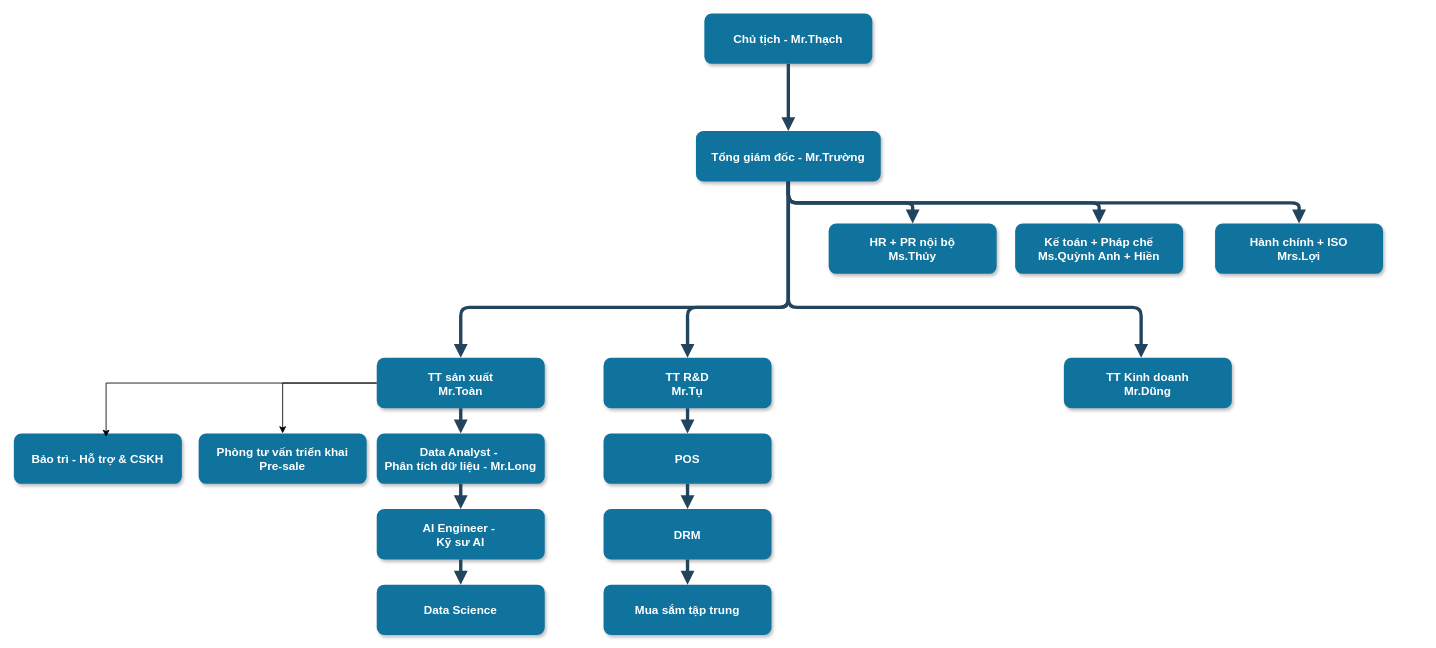
Before: FoxAI - Cơ cấu dự kiến 2025.drawio in hoanglong8/hoanglong8, a draw.io diagram. Source tidied: cells renumbered, new cells numbered last; positions are measured from the earlier drawing's top-left corner, leaving out a move shared by most shapes. Both pictures are drawn from the tidied source at 84%, with x=0, y=0 at pixel (13, 13).
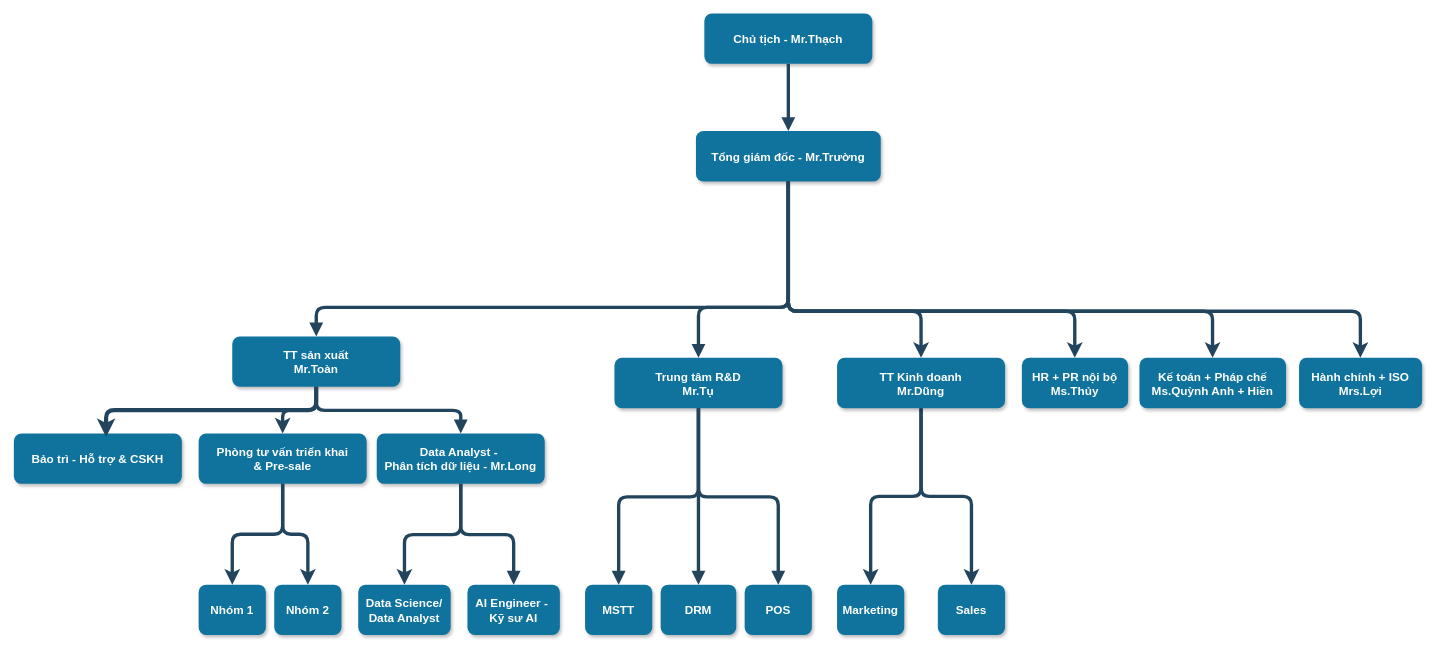
Above is the later version.

Commit message:
Cập nhật FoxAI - Cơ cấu dự kiến 2025.drawio

The change refers to these unchanged cells:
```xml
<mxCell id="3" value="Tổng giám đốc - Mr.Trường" style="rounded=1;fillColor=#10739E;strokeColor=none;shadow=1;gradientColor=none;fontStyle=1;fontColor=#FFFFFF;fontSize=14;" parent="1" vertex="1">
  <mxGeometry x="812" y="139.5" width="220" height="60" as="geometry" />
</mxCell>
<mxCell id="9" value="Data Analyst - &#10;Phân tích dữ liệu - Mr.Long" style="rounded=1;fillColor=#10739E;strokeColor=none;shadow=1;gradientColor=none;fontStyle=1;fontColor=#FFFFFF;fontSize=14;" parent="1" vertex="1">
  <mxGeometry x="432" y="499.5" width="200" height="60" as="geometry" />
</mxCell>
<mxCell id="17" value="Bảo trì - Hỗ trợ &amp; CSKH" style="rounded=1;fillColor=#10739E;strokeColor=none;shadow=1;gradientColor=none;fontStyle=1;fontColor=#FFFFFF;fontSize=14;" parent="1" vertex="1">
  <mxGeometry y="499.5" width="200" height="60" as="geometry" />
</mxCell>
```

The edit, as a diff of the source:
```diff
@@
+    <mxCell id="19" style="edgeStyle=orthogonalEdgeStyle;rounded=1;jettySize=auto;html=1;exitX=0.5;exitY=1;exitDx=0;exitDy=0;curved=0;strokeColor=#23445D;strokeWidth=4;" parent="1" edge="1" source="3" target="5">
+      <mxGeometry relative="1" as="geometry">
+        <Array as="points">
+          <mxPoint x="922" y="354" />
+          <mxPoint x="1263" y="354" />
+        </Array>
+      </mxGeometry>
+    </mxCell>
+    <mxCell id="20" style="edgeStyle=orthogonalEdgeStyle;rounded=1;jettySize=auto;html=1;exitX=0.5;exitY=1;exitDx=0;exitDy=0;curved=0;strokeColor=#23445D;strokeWidth=4;" parent="1" edge="1" source="3" target="4">
+      <mxGeometry relative="1" as="geometry">
+        <Array as="points">
+          <mxPoint x="922" y="354" />
+          <mxPoint x="1427" y="354" />
+        </Array>
+      </mxGeometry>
+    </mxCell>
+    <mxCell id="31" style="edgeStyle=orthogonalEdgeStyle;rounded=1;jettySize=auto;html=1;exitX=0.5;exitY=1;exitDx=0;exitDy=0;curved=0;strokeColor=#23445D;strokeWidth=4;" parent="1" edge="1" source="3" target="30">
+      <mxGeometry relative="1" as="geometry">
+        <Array as="points">
+          <mxPoint x="922" y="354" />
+          <mxPoint x="1603" y="354" />
+        </Array>
+      </mxGeometry>
+    </mxCell>
+    <mxCell id="33" style="edgeStyle=orthogonalEdgeStyle;rounded=1;jettySize=auto;html=1;exitX=0.5;exitY=1;exitDx=0;exitDy=0;entryX=0.5;entryY=0;entryDx=0;entryDy=0;curved=0;strokeColor=#23445D;strokeWidth=4;" parent="1" edge="1" source="3" target="6">
+      <mxGeometry relative="1" as="geometry">
+        <Array as="points">
+          <mxPoint x="922" y="354" />
+          <mxPoint x="1080" y="354" />
+        </Array>
+      </mxGeometry>
+    </mxCell>
@@
     <mxCell id="4" value="Kế toán + Pháp chế&#10;Ms.Quỳnh Anh + Hiền" style="rounded=1;fillColor=#10739E;strokeColor=none;shadow=1;gradientColor=none;fontStyle=1;fontColor=#FFFFFF;fontSize=14;" parent="1" vertex="1">
-      <mxGeometry x="1192" y="249.5" width="200" height="60" as="geometry" />
+      <mxGeometry x="1340" y="409.5" width="174.5" height="60" as="geometry" />
     </mxCell>
     <mxCell id="5" value="HR + PR nội bộ&#10;Ms.Thủy" style="rounded=1;fillColor=#10739E;strokeColor=none;shadow=1;gradientColor=none;fontStyle=1;fontColor=#FFFFFF;fontSize=14;" parent="1" vertex="1">
-      <mxGeometry x="970" y="249.5" width="200" height="60" as="geometry" />
+      <mxGeometry x="1200" y="409.5" width="126.5" height="60" as="geometry" />
     </mxCell>
+    <mxCell id="34" style="edgeStyle=orthogonalEdgeStyle;rounded=1;jettySize=auto;html=1;exitX=0.5;exitY=1;exitDx=0;exitDy=0;strokeColor=#23445D;curved=0;strokeWidth=4;entryX=0.5;entryY=0;entryDx=0;entryDy=0;" parent="1" edge="1" source="6" target="37">
+      <mxGeometry relative="1" as="geometry" />
+    </mxCell>
+    <mxCell id="35" style="edgeStyle=orthogonalEdgeStyle;rounded=1;jettySize=auto;html=1;exitX=0.5;exitY=1;exitDx=0;exitDy=0;strokeColor=#23445D;curved=0;strokeWidth=4;entryX=0.5;entryY=0;entryDx=0;entryDy=0;" parent="1" edge="1" source="6" target="38">
+      <mxGeometry relative="1" as="geometry" />
+    </mxCell>
     <mxCell id="6" value="TT Kinh doanh&#10;Mr.Dũng" style="rounded=1;fillColor=#10739E;strokeColor=none;shadow=1;gradientColor=none;fontStyle=1;fontColor=#FFFFFF;fontSize=14;" parent="1" vertex="1">
-      <mxGeometry x="1250" y="409.5" width="200" height="60" as="geometry" />
+      <mxGeometry x="980" y="409.5" width="200" height="60" as="geometry" />
     </mxCell>
-    <mxCell id="7" style="edgeStyle=orthogonalEdgeStyle;rounded=0;jettySize=auto;html=1;exitX=0;exitY=0.5;exitDx=0;exitDy=0;" parent="1" edge="1" source="8" target="16">
+    <mxCell id="7" style="edgeStyle=orthogonalEdgeStyle;rounded=1;jettySize=auto;html=1;exitX=0.5;exitY=1;exitDx=0;exitDy=0;strokeColor=#23445D;strokeWidth=4;curved=0;" parent="1" edge="1" source="8" target="16">
       <mxGeometry relative="1" as="geometry" />
     </mxCell>
     <mxCell id="8" value="TT sản xuất&#10;Mr.Toàn" style="rounded=1;fillColor=#10739E;strokeColor=none;shadow=1;gradientColor=none;fontStyle=1;fontColor=#FFFFFF;fontSize=14;" parent="1" vertex="1">
-      <mxGeometry x="432" y="409.5" width="200" height="60" as="geometry" />
+      <mxGeometry x="260" y="384" width="200" height="60" as="geometry" />
     </mxCell>
+    <mxCell id="36" style="edgeStyle=elbowEdgeStyle;rounded=1;jettySize=auto;html=1;exitX=0.5;exitY=1;exitDx=0;exitDy=0;elbow=vertical;strokeWidth=4;curved=0;strokeColor=#23445D;" parent="1" edge="1" source="9" target="11">
+      <mxGeometry relative="1" as="geometry" />
+    </mxCell>
@@
     <mxCell id="10" value="AI Engineer - &#10;Kỹ sư AI" style="rounded=1;fillColor=#10739E;strokeColor=none;shadow=1;gradientColor=none;fontStyle=1;fontColor=#FFFFFF;fontSize=14;" parent="1" vertex="1">
-      <mxGeometry x="432" y="589.5" width="200" height="60" as="geometry" />
+      <mxGeometry x="540" y="679.5" width="110" height="60" as="geometry" />
     </mxCell>
-    <mxCell id="11" value="Data Science" style="rounded=1;fillColor=#10739E;strokeColor=none;shadow=1;gradientColor=none;fontStyle=1;fontColor=#FFFFFF;fontSize=14;" parent="1" vertex="1">
-      <mxGeometry x="432" y="679.5" width="200" height="60" as="geometry" />
+    <mxCell id="11" value="Data Science/&#10;Data Analyst" style="rounded=1;fillColor=#10739E;strokeColor=none;shadow=1;gradientColor=none;fontStyle=1;fontColor=#FFFFFF;fontSize=14;" parent="1" vertex="1">
+      <mxGeometry x="410" y="679.5" width="110" height="60" as="geometry" />
     </mxCell>
-    <mxCell id="12" value="TT R&amp;D&#10;Mr.Tụ" style="rounded=1;fillColor=#10739E;strokeColor=none;shadow=1;gradientColor=none;fontStyle=1;fontColor=#FFFFFF;fontSize=14;" parent="1" vertex="1">
-      <mxGeometry x="702" y="409.5" width="200" height="60" as="geometry" />
+    <mxCell id="12" value="Trung tâm R&amp;D&#10;Mr.Tụ" style="rounded=1;fillColor=#10739E;strokeColor=none;shadow=1;gradientColor=none;fontStyle=1;fontColor=#FFFFFF;fontSize=14;" parent="1" vertex="1">
+      <mxGeometry x="715" y="409.5" width="200" height="60" as="geometry" />
     </mxCell>
     <mxCell id="13" value="POS" style="rounded=1;fillColor=#10739E;strokeColor=none;shadow=1;gradientColor=none;fontStyle=1;fontColor=#FFFFFF;fontSize=14;" parent="1" vertex="1">
-      <mxGeometry x="702" y="499.5" width="200" height="60" as="geometry" />
+      <mxGeometry x="870" y="679.5" width="80" height="60" as="geometry" />
     </mxCell>
     <mxCell id="14" value="DRM" style="rounded=1;fillColor=#10739E;strokeColor=none;shadow=1;gradientColor=none;fontStyle=1;fontColor=#FFFFFF;fontSize=14;" parent="1" vertex="1">
-      <mxGeometry x="702" y="589.5" width="200" height="60" as="geometry" />
+      <mxGeometry x="770" y="679.5" width="90" height="60" as="geometry" />
     </mxCell>
-    <mxCell id="15" value="Mua sắm tập trung" style="rounded=1;fillColor=#10739E;strokeColor=none;shadow=1;gradientColor=none;fontStyle=1;fontColor=#FFFFFF;fontSize=14;" parent="1" vertex="1">
-      <mxGeometry x="702" y="679.5" width="200" height="60" as="geometry" />
+    <mxCell id="15" value="MSTT" style="rounded=1;fillColor=#10739E;strokeColor=none;shadow=1;gradientColor=none;fontStyle=1;fontColor=#FFFFFF;fontSize=14;" parent="1" vertex="1">
+      <mxGeometry x="680" y="679.5" width="80" height="60" as="geometry" />
     </mxCell>
-    <mxCell id="16" value="Phòng tư vấn triển khai&#10;Pre-sale" style="rounded=1;fillColor=#10739E;strokeColor=none;shadow=1;gradientColor=none;fontStyle=1;fontColor=#FFFFFF;fontSize=14;" parent="1" vertex="1">
+    <mxCell id="16" value="Phòng tư vấn triển khai&#10;&amp; Pre-sale" style="rounded=1;fillColor=#10739E;strokeColor=none;shadow=1;gradientColor=none;fontStyle=1;fontColor=#FFFFFF;fontSize=14;" parent="1" vertex="1">
       <mxGeometry x="220" y="499.5" width="200" height="60" as="geometry" />
     </mxCell>
@@
-    <mxCell id="19" style="edgeStyle=elbowEdgeStyle;elbow=vertical;strokeWidth=4;endArrow=block;endFill=1;fontStyle=1;strokeColor=#23445D;" parent="1" edge="1" source="3" target="5">
-      <mxGeometry x="22" y="165.5" as="geometry" />
-    </mxCell>
-    <mxCell id="20" style="edgeStyle=elbowEdgeStyle;elbow=vertical;strokeWidth=4;endArrow=block;endFill=1;fontStyle=1;strokeColor=#23445D;" parent="1" edge="1" source="3" target="4">
-      <mxGeometry x="22" y="165.5" as="geometry" />
-    </mxCell>
@@
-    <mxCell id="22" style="edgeStyle=elbowEdgeStyle;elbow=vertical;strokeWidth=4;endArrow=block;endFill=1;fontStyle=1;strokeColor=#23445D;" parent="1" edge="1" source="3">
-      <mxGeometry x="22" y="165.5" as="geometry">
-        <mxPoint x="1342" y="409.5" as="targetPoint" />
-        <Array as="points">
-          <mxPoint x="1122" y="349.5" />
-        </Array>
-      </mxGeometry>
-    </mxCell>
@@
-    <mxCell id="25" style="edgeStyle=elbowEdgeStyle;elbow=vertical;strokeWidth=4;endArrow=block;endFill=1;fontStyle=1;strokeColor=#23445D;" parent="1" edge="1" source="10" target="11">
-      <mxGeometry x="62" y="185.5" as="geometry" />
-    </mxCell>
@@
-    <mxCell id="27" style="edgeStyle=elbowEdgeStyle;elbow=vertical;strokeWidth=4;endArrow=block;endFill=1;fontStyle=1;strokeColor=#23445D;" parent="1" edge="1" source="13" target="14">
+    <mxCell id="27" style="edgeStyle=elbowEdgeStyle;elbow=vertical;strokeWidth=4;endArrow=block;endFill=1;fontStyle=1;strokeColor=#23445D;exitX=0.5;exitY=1;exitDx=0;exitDy=0;" parent="1" edge="1" source="12" target="14">
       <mxGeometry x="62" y="175.5" as="geometry" />
     </mxCell>
-    <mxCell id="28" style="edgeStyle=elbowEdgeStyle;elbow=vertical;strokeWidth=4;endArrow=block;endFill=1;fontStyle=1;strokeColor=#23445D;" parent="1" edge="1" source="14" target="15">
+    <mxCell id="28" style="edgeStyle=elbowEdgeStyle;elbow=vertical;strokeWidth=4;endArrow=block;endFill=1;fontStyle=1;strokeColor=#23445D;exitX=0.5;exitY=1;exitDx=0;exitDy=0;" parent="1" edge="1" source="12" target="15">
       <mxGeometry x="62" y="185.5" as="geometry" />
     </mxCell>
-    <mxCell id="29" style="edgeStyle=elbowEdgeStyle;elbow=vertical;strokeWidth=4;endArrow=block;endFill=1;fontStyle=1;strokeColor=#23445D;" parent="1" edge="1" source="3" target="12">
+    <mxCell id="29" style="edgeStyle=elbowEdgeStyle;elbow=vertical;strokeWidth=4;endArrow=block;endFill=1;fontStyle=1;strokeColor=#23445D;entryX=0.5;entryY=0;entryDx=0;entryDy=0;exitX=0.5;exitY=1;exitDx=0;exitDy=0;" parent="1" edge="1" source="3" target="12">
       <mxGeometry x="22" y="165.5" as="geometry">
         <Array as="points">
           <mxPoint x="802" y="349.5" />
         </Array>
       </mxGeometry>
     </mxCell>
     <mxCell id="30" value="Hành chính + ISO&#10;Mrs.Lợi" style="rounded=1;fillColor=#10739E;strokeColor=none;shadow=1;gradientColor=none;fontStyle=1;fontColor=#FFFFFF;fontSize=14;" parent="1" vertex="1">
-      <mxGeometry x="1430" y="249.5" width="200" height="60" as="geometry" />
+      <mxGeometry x="1530" y="409.5" width="146.5" height="60" as="geometry" />
     </mxCell>
-    <mxCell id="31" style="edgeStyle=elbowEdgeStyle;elbow=vertical;strokeWidth=4;endArrow=block;endFill=1;fontStyle=1;strokeColor=#23445D;exitX=0.5;exitY=1;exitDx=0;exitDy=0;" parent="1" edge="1" source="3" target="30">
-      <mxGeometry x="22" y="165.5" as="geometry" />
-    </mxCell>
-    <mxCell id="32" style="edgeStyle=orthogonalEdgeStyle;rounded=0;jettySize=auto;html=1;exitX=0;exitY=0.5;exitDx=0;exitDy=0;entryX=0.549;entryY=0.07;entryDx=0;entryDy=0;entryPerimeter=0;" parent="1" edge="1" source="8" target="17">
+    <mxCell id="32" style="edgeStyle=orthogonalEdgeStyle;rounded=1;jettySize=auto;html=1;exitX=0.5;exitY=1;exitDx=0;exitDy=0;entryX=0.549;entryY=0.07;entryDx=0;entryDy=0;entryPerimeter=0;curved=0;strokeColor=#23445D;strokeWidth=5;" parent="1" edge="1" source="8" target="17">
       <mxGeometry relative="1" as="geometry" />
     </mxCell>
+    <mxCell id="37" value="Marketing" style="rounded=1;fillColor=#10739E;strokeColor=none;shadow=1;gradientColor=none;fontStyle=1;fontColor=#FFFFFF;fontSize=14;" parent="1" vertex="1">
+      <mxGeometry x="980" y="679.5" width="80" height="60" as="geometry" />
+    </mxCell>
+    <mxCell id="38" value="Sales" style="rounded=1;fillColor=#10739E;strokeColor=none;shadow=1;gradientColor=none;fontStyle=1;fontColor=#FFFFFF;fontSize=14;" parent="1" vertex="1">
+      <mxGeometry x="1100" y="679.5" width="80" height="60" as="geometry" />
+    </mxCell>
+    <mxCell id="39" style="edgeStyle=orthogonalEdgeStyle;rounded=1;jettySize=auto;html=1;exitX=0.5;exitY=1;exitDx=0;exitDy=0;strokeColor=#23445D;curved=0;strokeWidth=4;entryX=0.5;entryY=0;entryDx=0;entryDy=0;" parent="1" edge="1" source="16" target="41">
+      <mxGeometry relative="1" as="geometry" />
+    </mxCell>
+    <mxCell id="40" style="edgeStyle=orthogonalEdgeStyle;rounded=1;jettySize=auto;html=1;exitX=0.5;exitY=1;exitDx=0;exitDy=0;strokeColor=#23445D;curved=0;strokeWidth=4;entryX=0.5;entryY=0;entryDx=0;entryDy=0;" parent="1" edge="1" source="16" target="42">
+      <mxGeometry relative="1" as="geometry" />
+    </mxCell>
+    <mxCell id="41" value="Nhóm 1" style="rounded=1;fillColor=#10739E;strokeColor=none;shadow=1;gradientColor=none;fontStyle=1;fontColor=#FFFFFF;fontSize=14;" parent="1" vertex="1">
+      <mxGeometry x="220" y="679.5" width="80" height="60" as="geometry" />
+    </mxCell>
+    <mxCell id="42" value="Nhóm 2" style="rounded=1;fillColor=#10739E;strokeColor=none;shadow=1;gradientColor=none;fontStyle=1;fontColor=#FFFFFF;fontSize=14;" parent="1" vertex="1">
+      <mxGeometry x="310" y="679.5" width="80" height="60" as="geometry" />
+    </mxCell>
```
